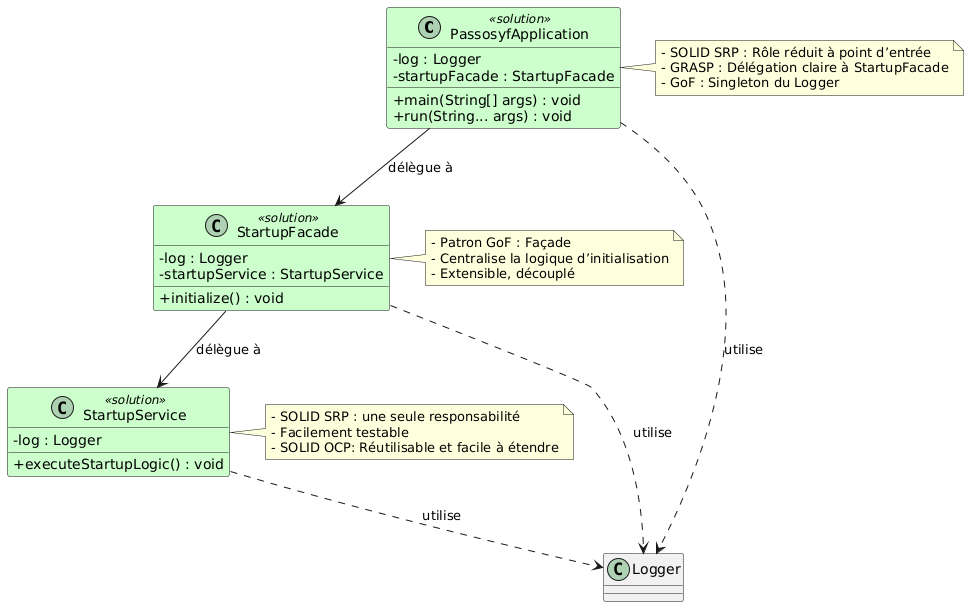
Earlier version of the PlantUML export img/after.png (OneEyeX/Projet-GL). The source it was exported from:
```plantuml
@startuml
skinparam classAttributeIconSize 0

skinparam class {
    BackgroundColor<<solution>> #CCFFCC
}

class PassosyfApplication <<solution>> {
  - log : Logger
  - startupFacade : StartupFacade
  + main(String[] args) : void
  + run(String... args) : void
}

note right of PassosyfApplication
- SOLID SRP : Rôle réduit à point d’entrée
- GRASP : Délégation claire à StartupFacade
- GoF : Singleton du Logger
end note

class StartupFacade <<solution>> {
  - log : Logger
  - startupService : StartupService
  + initialize() : void
}

note right of StartupFacade
- Patron GoF : Façade
- Centralise la logique d’initialisation
- Extensible, découplé
end note

class StartupService <<solution>> {
  - log : Logger
  + executeStartupLogic() : void
}

note right of StartupService
- SOLID SRP : une seule responsabilité
- Facilement testable
- SOLID OCP: Réutilisable et facile à étendre
end note

PassosyfApplication --> StartupFacade : délègue à
StartupFacade --> StartupService : délègue à
PassosyfApplication ..> Logger : utilise
StartupFacade ..> Logger : utilise
StartupService ..> Logger : utilise
@enduml
```
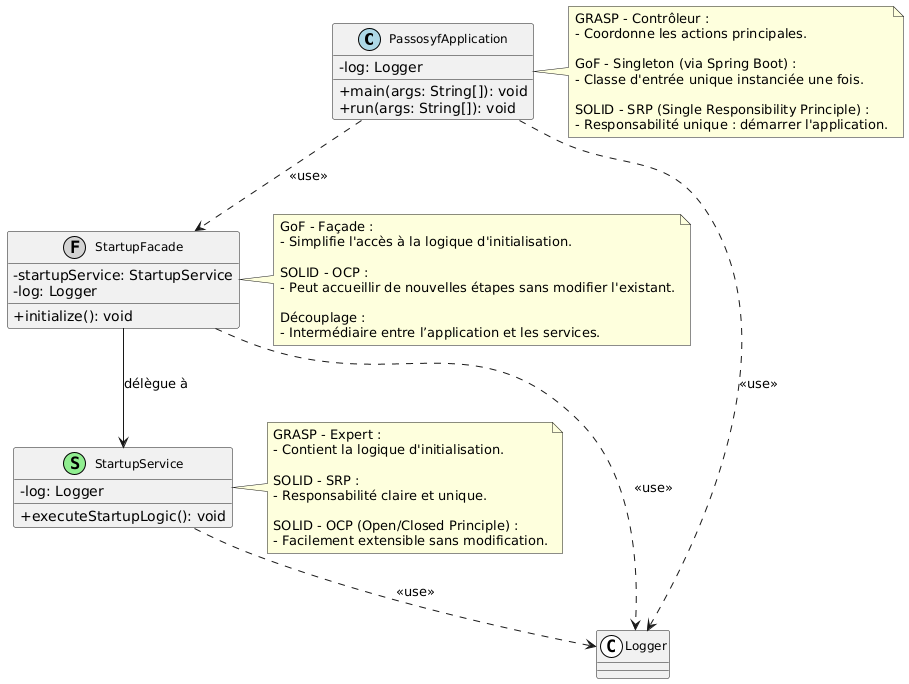
The same file after the commit.

The edit, as a diff of the source:
```diff
@@ -1,49 +1,72 @@
 @startuml
 skinparam classAttributeIconSize 0
+skinparam classFontSize 12
 
-skinparam class {
-    BackgroundColor<<solution>> #CCFFCC
+skinparam stereotypeCBackgroundColor #ADD8E6 ' Light Blue
+skinparam stereotypeCBorderColor black
+
+skinparam stereotypeSBackgroundColor #90EE90 ' Light Green
+skinparam stereotypeSBorderColor black
+
+skinparam stereotypeFBackgroundColor #D3D3D3 ' Light Gray
+skinparam stereotypeFBorderColor black
+
+
+class PassosyfApplication << (C,#ADD8E6) >> {
+    - log: Logger
+    + main(args: String[]): void
+    + run(args: String[]): void
 }
 
-class PassosyfApplication <<solution>> {
-  - log : Logger
-  - startupFacade : StartupFacade
-  + main(String[] args) : void
-  + run(String... args) : void
+class StartupService << (S,#90EE90) >> {
+    - log: Logger
+    + executeStartupLogic(): void
 }
 
+class StartupFacade << (F,#D3D3D3) >> {
+    - startupService: StartupService
+    - log: Logger
+    + initialize(): void
+}
+
+
 note right of PassosyfApplication
-- SOLID SRP : Rôle réduit à point d’entrée
-- GRASP : Délégation claire à StartupFacade
-- GoF : Singleton du Logger
+GRASP - Contrôleur :
+- Coordonne les actions principales.
+
+GoF - Singleton (via Spring Boot) :
+- Classe d'entrée unique instanciée une fois.
+
+SOLID - SRP (Single Responsibility Principle) :
+- Responsabilité unique : démarrer l'application.
 end note
 
-class StartupFacade <<solution>> {
-  - log : Logger
-  - startupService : StartupService
-  + initialize() : void
-}
+note right of StartupService
+GRASP - Expert :
+- Contient la logique d'initialisation.
+
+SOLID - SRP :
+- Responsabilité claire et unique.
+
+SOLID - OCP (Open/Closed Principle) :
+- Facilement extensible sans modification.
+end note
 
 note right of StartupFacade
-- Patron GoF : Façade
-- Centralise la logique d’initialisation
-- Extensible, découplé
+GoF - Façade :
+- Simplifie l'accès à la logique d'initialisation.
+
+SOLID - OCP :
+- Peut accueillir de nouvelles étapes sans modifier l'existant.
+
+Découplage :
+- Intermédiaire entre l’application et les services.
 end note
 
-class StartupService <<solution>> {
-  - log : Logger
-  + executeStartupLogic() : void
-}
 
-note right of StartupService
-- SOLID SRP : une seule responsabilité
-- Facilement testable
-- SOLID OCP: Réutilisable et facile à étendre
-end note
-
-PassosyfApplication --> StartupFacade : délègue à
-StartupFacade --> StartupService : délègue à
-PassosyfApplication ..> Logger : utilise
-StartupFacade ..> Logger : utilise
-StartupService ..> Logger : utilise
+PassosyfApplication ..> StartupFacade : "<< use >>"
+StartupFacade --> StartupService : "délègue à"
+PassosyfApplication ..> Logger : "<< use >>"
+StartupService ..> Logger : "<< use >>"
+StartupFacade ..> Logger : "<< use >>"
 @enduml
```
